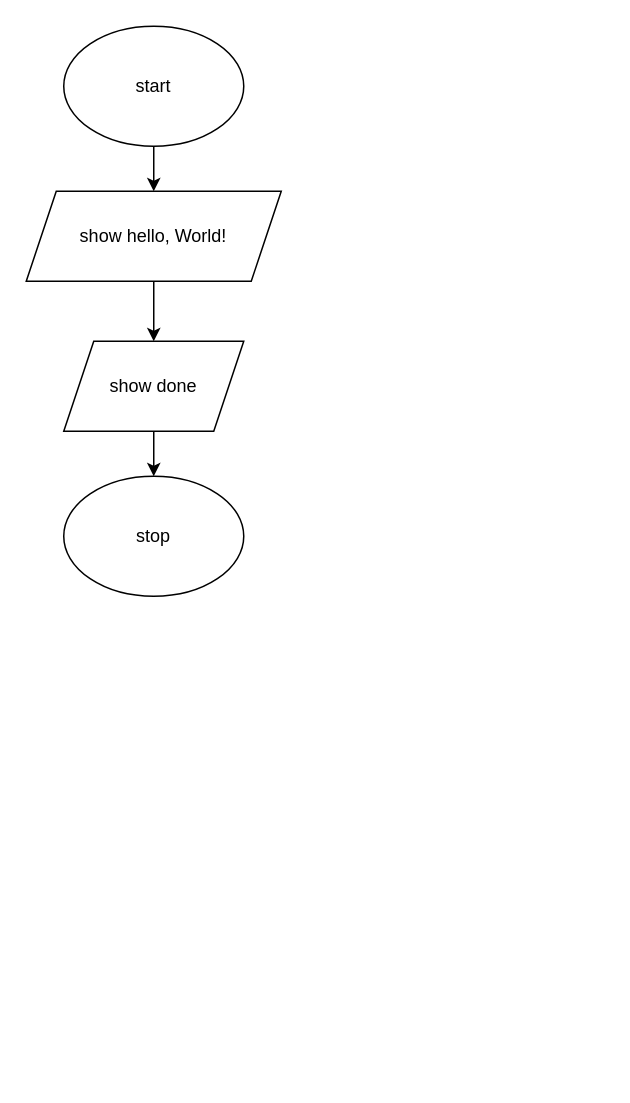
Before: flow.drawio in devin-jhu/ics4u-unit1-02-typescript, a draw.io diagram. Source tidied: cells renumbered, new cells numbered last; positions are measured from the earlier drawing's top-left corner, leaving out a move shared by most shapes. Both pictures are drawn from the tidied source at 150%, with x=0, y=0 at pixel (26, 26).
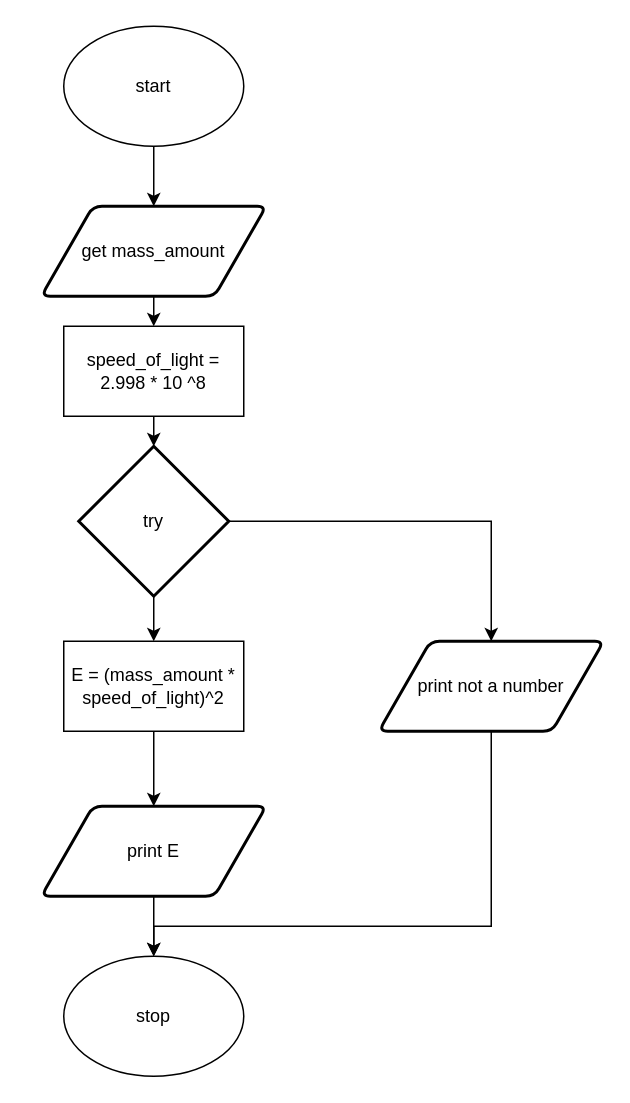
The same page after the edit.

The change refers to these unchanged cells:
```xml
<mxCell id="3" value="start" style="ellipse;whiteSpace=wrap;html=1;" parent="1" vertex="1">
  <mxGeometry x="25" width="120" height="80" as="geometry" />
</mxCell>
```

The edit, as a diff of the source:
```diff
@@
-    <mxCell id="2" style="edgeStyle=none;html=1;exitX=0.5;exitY=1;exitDx=0;exitDy=0;" parent="1" edge="1" source="3" target="5">
-      <mxGeometry relative="1" as="geometry" />
-    </mxCell>
+    <mxCell id="9" style="edgeStyle=none;html=1;exitX=0.5;exitY=1;exitDx=0;exitDy=0;entryX=0.5;entryY=0;entryDx=0;entryDy=0;" parent="1" edge="1" source="3" target="6">
+      <mxGeometry relative="1" as="geometry" />
+    </mxCell>
@@
-    <mxCell id="4" style="edgeStyle=none;html=1;exitX=0.5;exitY=1;exitDx=0;exitDy=0;" parent="1" edge="1" source="5" target="7">
-      <mxGeometry relative="1" as="geometry" />
-    </mxCell>
-    <mxCell id="5" value="show hello, World!" style="shape=parallelogram;perimeter=parallelogramPerimeter;whiteSpace=wrap;html=1;fixedSize=1;" parent="1" vertex="1">
-      <mxGeometry y="110" width="170" height="60" as="geometry" />
-    </mxCell>
+    <mxCell id="8" value="stop" style="ellipse;whiteSpace=wrap;html=1;" parent="1" vertex="1">
+      <mxGeometry x="25" y="620" width="120" height="80" as="geometry" />
+    </mxCell>
+    <mxCell id="10" style="edgeStyle=none;html=1;exitX=0.5;exitY=1;exitDx=0;exitDy=0;" parent="1" edge="1" source="6" target="15">
+      <mxGeometry relative="1" as="geometry" />
+    </mxCell>
-    <mxCell id="6" style="edgeStyle=none;html=1;exitX=0.5;exitY=1;exitDx=0;exitDy=0;" parent="1" edge="1" source="7" target="8">
-      <mxGeometry relative="1" as="geometry" />
+    <mxCell id="6" value="get mass_amount" style="shape=parallelogram;html=1;strokeWidth=2;perimeter=parallelogramPerimeter;whiteSpace=wrap;rounded=1;arcSize=12;size=0.23;" parent="1" vertex="1">
+      <mxGeometry x="10" y="120" width="150" height="60" as="geometry" />
     </mxCell>
-    <mxCell id="7" value="show done" style="shape=parallelogram;perimeter=parallelogramPerimeter;whiteSpace=wrap;html=1;fixedSize=1;" parent="1" vertex="1">
-      <mxGeometry x="25" y="210" width="120" height="60" as="geometry" />
-    </mxCell>
-    <mxCell id="8" value="stop" style="ellipse;whiteSpace=wrap;html=1;" parent="1" vertex="1">
-      <mxGeometry x="25" y="300" width="120" height="80" as="geometry" />
-    </mxCell>
+    <mxCell id="11" style="edgeStyle=orthogonalEdgeStyle;html=1;exitX=1;exitY=0.5;exitDx=0;exitDy=0;exitPerimeter=0;entryX=0.5;entryY=0;entryDx=0;entryDy=0;rounded=0;" parent="1" edge="1" source="13" target="21">
+      <mxGeometry relative="1" as="geometry" />
+    </mxCell>
+    <mxCell id="12" style="edgeStyle=orthogonalEdgeStyle;shape=connector;rounded=0;html=1;exitX=0.5;exitY=1;exitDx=0;exitDy=0;exitPerimeter=0;entryX=0.5;entryY=0;entryDx=0;entryDy=0;labelBackgroundColor=default;fontFamily=Helvetica;fontSize=11;fontColor=default;endArrow=classic;strokeColor=default;" parent="1" edge="1" source="13" target="17">
+      <mxGeometry relative="1" as="geometry" />
+    </mxCell>
+    <mxCell id="13" value="try" style="strokeWidth=2;html=1;shape=mxgraph.flowchart.decision;whiteSpace=wrap;" parent="1" vertex="1">
+      <mxGeometry x="35" y="280" width="100" height="100" as="geometry" />
+    </mxCell>
+    <mxCell id="14" style="edgeStyle=none;html=1;exitX=0.5;exitY=1;exitDx=0;exitDy=0;entryX=0.5;entryY=0;entryDx=0;entryDy=0;entryPerimeter=0;" parent="1" edge="1" source="15" target="13">
+      <mxGeometry relative="1" as="geometry" />
+    </mxCell>
+    <mxCell id="15" value="speed_of_light = 2.998 * 10 ^8" style="rounded=0;whiteSpace=wrap;html=1;" parent="1" vertex="1">
+      <mxGeometry x="25" y="200" width="120" height="60" as="geometry" />
+    </mxCell>
+    <mxCell id="16" style="edgeStyle=orthogonalEdgeStyle;shape=connector;rounded=0;html=1;exitX=0.5;exitY=1;exitDx=0;exitDy=0;labelBackgroundColor=default;fontFamily=Helvetica;fontSize=11;fontColor=default;endArrow=classic;strokeColor=default;" parent="1" edge="1" source="17" target="19">
+      <mxGeometry relative="1" as="geometry" />
+    </mxCell>
+    <mxCell id="17" value="E = (mass_amount * speed_of_light)^2" style="rounded=0;whiteSpace=wrap;html=1;" parent="1" vertex="1">
+      <mxGeometry x="25" y="410" width="120" height="60" as="geometry" />
+    </mxCell>
+    <mxCell id="18" style="edgeStyle=orthogonalEdgeStyle;shape=connector;rounded=0;html=1;exitX=0.5;exitY=1;exitDx=0;exitDy=0;labelBackgroundColor=default;fontFamily=Helvetica;fontSize=11;fontColor=default;endArrow=classic;strokeColor=default;" parent="1" edge="1" source="19">
+      <mxGeometry relative="1" as="geometry">
+        <mxPoint x="85" y="620" as="targetPoint" />
+      </mxGeometry>
+    </mxCell>
+    <mxCell id="19" value="print E" style="shape=parallelogram;html=1;strokeWidth=2;perimeter=parallelogramPerimeter;whiteSpace=wrap;rounded=1;arcSize=12;size=0.23;" parent="1" vertex="1">
+      <mxGeometry x="10" y="520" width="150" height="60" as="geometry" />
+    </mxCell>
+    <mxCell id="20" style="edgeStyle=orthogonalEdgeStyle;shape=connector;rounded=0;html=1;exitX=0.5;exitY=1;exitDx=0;exitDy=0;labelBackgroundColor=default;fontFamily=Helvetica;fontSize=11;fontColor=default;endArrow=classic;strokeColor=default;" parent="1" edge="1" source="21" target="8">
+      <mxGeometry relative="1" as="geometry">
+        <Array as="points">
+          <mxPoint x="310" y="600" />
+          <mxPoint x="85" y="600" />
+        </Array>
+      </mxGeometry>
+    </mxCell>
+    <mxCell id="21" value="print not a number" style="shape=parallelogram;html=1;strokeWidth=2;perimeter=parallelogramPerimeter;whiteSpace=wrap;rounded=1;arcSize=12;size=0.23;" parent="1" vertex="1">
+      <mxGeometry x="235" y="410" width="150" height="60" as="geometry" />
+    </mxCell>
```
